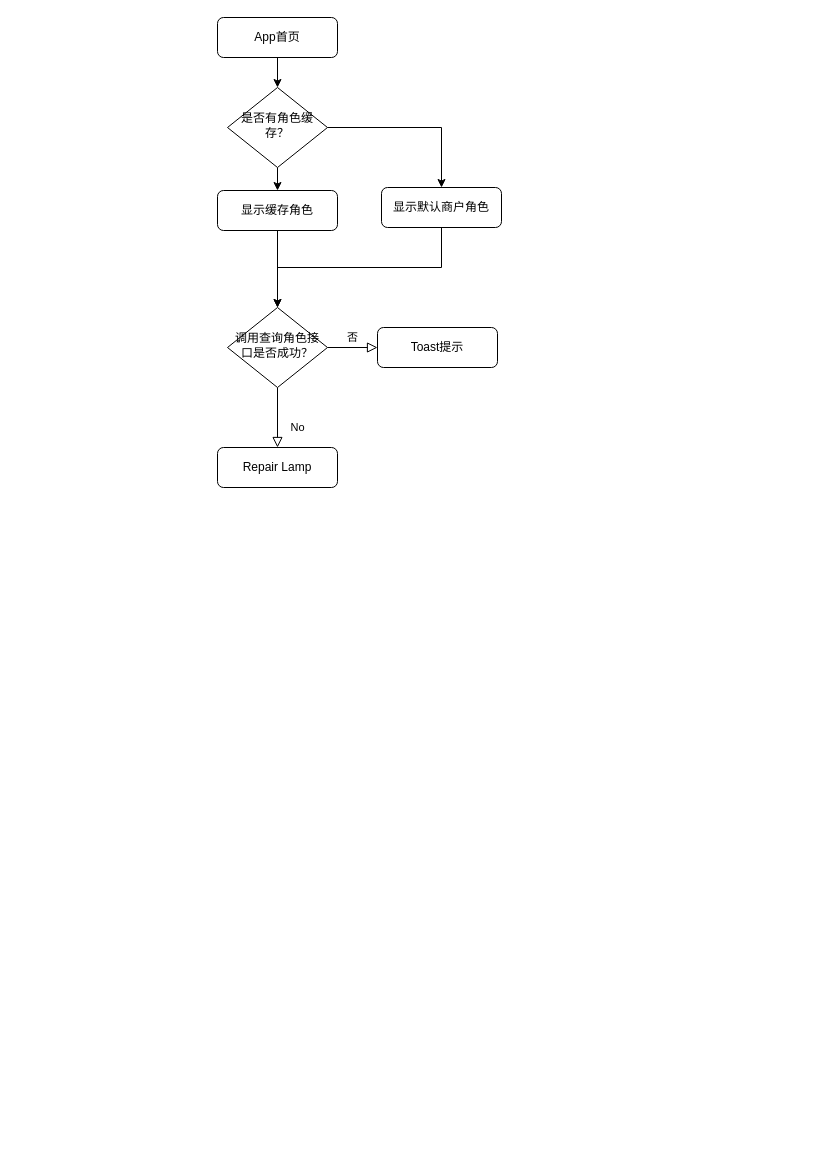
Above: Untitled Diagram.drawio in ahiwey/MyTest (draw.io), before the change. Source tidied: cells renumbered, new cells numbered last; positions are measured from the earlier drawing's top-left corner, leaving out a move shared by most shapes. Both pictures are drawn from the tidied source at 100%, with x=0, y=0 at pixel (217, 17).
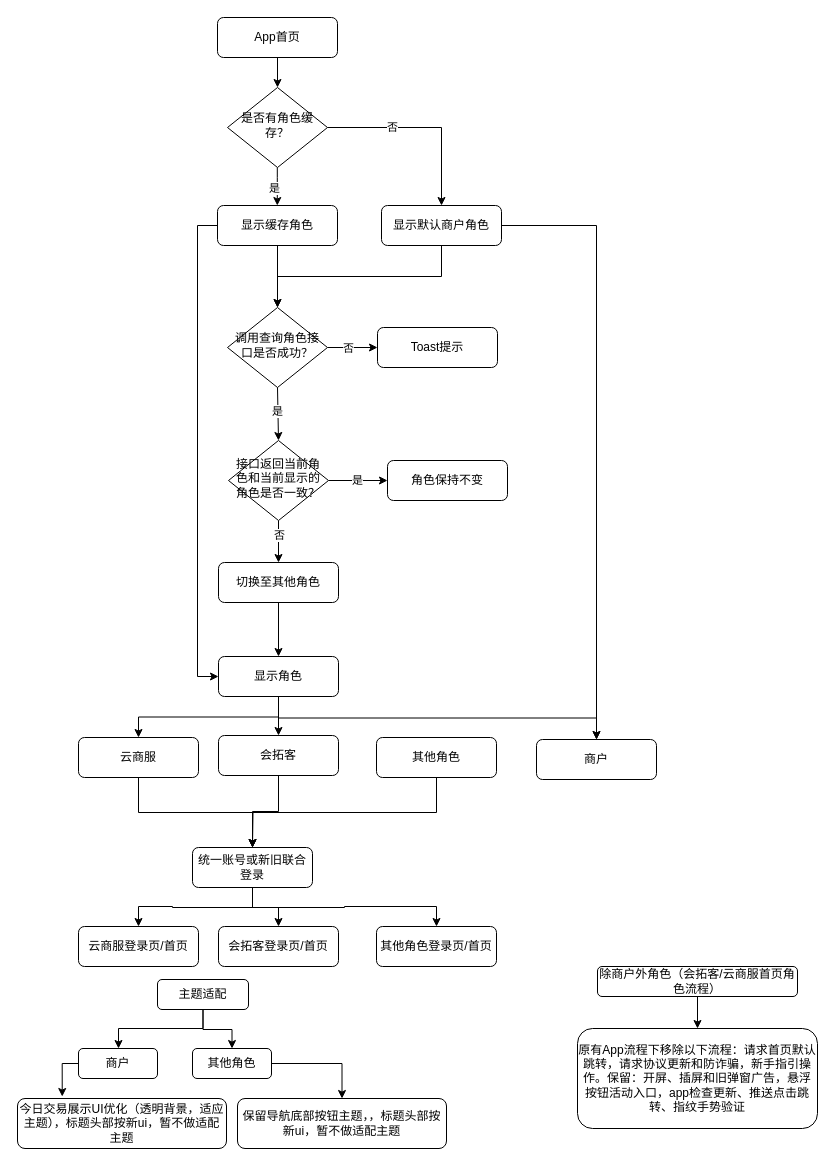
Above is the later version.

Commit message:
用户权限重构.drawio

The change refers to these unchanged cells:
```xml
<mxCell id="5" value="是否有角色缓存？" style="rhombus;whiteSpace=wrap;html=1;shadow=0;fontFamily=Helvetica;fontSize=12;align=center;strokeWidth=1;spacing=6;spacingTop=-4;" parent="1" vertex="1">
  <mxGeometry x="10" y="70" width="100" height="80" as="geometry" />
</mxCell>
<mxCell id="10" value="调用查询角色接口是否成功？" style="rhombus;whiteSpace=wrap;html=1;shadow=0;fontFamily=Helvetica;fontSize=12;align=center;strokeWidth=1;spacing=6;spacingTop=-4;" parent="1" vertex="1">
  <mxGeometry x="10" y="290" width="100" height="80" as="geometry" />
</mxCell>
<mxCell id="12" value="Toast提示" style="rounded=1;whiteSpace=wrap;html=1;fontSize=12;glass=0;strokeWidth=1;shadow=0;" parent="1" vertex="1">
  <mxGeometry x="160" y="310" width="120" height="40" as="geometry" />
</mxCell>
<mxCell id="15" style="edgeStyle=orthogonalEdgeStyle;rounded=0;jettySize=auto;html=1;exitX=1;exitY=0.5;exitDx=0;exitDy=0;entryX=0.5;entryY=0;entryDx=0;entryDy=0;" parent="1" edge="1" source="5" target="7">
  <mxGeometry relative="1" as="geometry" />
</mxCell>
```

The edit, as a diff of the source:
```diff
@@
-    <mxCell id="4" style="edgeStyle=orthogonalEdgeStyle;rounded=0;jettySize=auto;html=1;exitX=0.5;exitY=1;exitDx=0;exitDy=0;entryX=0.5;entryY=0;entryDx=0;entryDy=0;" parent="1" edge="1" source="5" target="14">
-      <mxGeometry relative="1" as="geometry" />
+    <mxCell id="4" style="edgeStyle=orthogonalEdgeStyle;rounded=0;orthogonalLoop=1;jettySize=auto;html=1;exitX=0.5;exitY=1;exitDx=0;exitDy=0;entryX=0.5;entryY=0;entryDx=0;entryDy=0;" parent="1" edge="1">
+      <mxGeometry relative="1" as="geometry">
+        <mxPoint x="59.8" y="150" as="sourcePoint" />
+        <mxPoint x="59.8" y="188" as="targetPoint" />
+        <Array as="points">
+          <mxPoint x="59.8" y="160" />
+          <mxPoint x="59.8" y="160" />
+        </Array>
+      </mxGeometry>
     </mxCell>
+    <mxCell id="16" value="是" style="edgeLabel;html=1;align=center;verticalAlign=middle;" parent="4" vertex="1">
+      <mxGeometry x="0.03" y="-3" relative="1" as="geometry" />
+    </mxCell>
@@
+    <mxCell id="17" style="edgeStyle=orthogonalEdgeStyle;rounded=0;jettySize=auto;html=1;exitX=1;exitY=0.5;exitDx=0;exitDy=0;" parent="1" edge="1" source="7" target="34">
+      <mxGeometry relative="1" as="geometry" />
+    </mxCell>
     <mxCell id="7" value="显示默认商户角色" style="rounded=1;whiteSpace=wrap;html=1;fontSize=12;glass=0;strokeWidth=1;shadow=0;" parent="1" vertex="1">
-      <mxGeometry x="164" y="170" width="120" height="40" as="geometry" />
+      <mxGeometry x="164" y="188" width="120" height="40" as="geometry" />
     </mxCell>
-    <mxCell id="8" value="No" style="rounded=0;html=1;jettySize=auto;fontSize=11;endArrow=block;endFill=0;endSize=8;strokeWidth=1;shadow=0;labelBackgroundColor=none;edgeStyle=orthogonalEdgeStyle;" parent="1" edge="1" source="10" target="11">
-      <mxGeometry x="0.33" y="20" relative="1" as="geometry" />
-    </mxCell>
-    <mxCell id="9" value="否" style="edgeStyle=orthogonalEdgeStyle;rounded=0;html=1;jettySize=auto;fontSize=11;endArrow=block;endFill=0;endSize=8;strokeWidth=1;shadow=0;labelBackgroundColor=none;" parent="1" edge="1" source="10" target="12">
-      <mxGeometry y="10" relative="1" as="geometry" />
+    <mxCell id="9" style="edgeStyle=orthogonalEdgeStyle;rounded=0;jettySize=auto;html=1;exitX=1;exitY=0.5;exitDx=0;exitDy=0;" parent="1" edge="1" source="10" target="12">
+      <mxGeometry relative="1" as="geometry" />
     </mxCell>
+    <mxCell id="18" value="否" style="edgeLabel;html=1;align=center;verticalAlign=middle;" parent="9" vertex="1">
+      <mxGeometry x="-0.19" relative="1" as="geometry" />
+    </mxCell>
@@
+    <mxCell id="19" style="edgeStyle=orthogonalEdgeStyle;rounded=0;jettySize=auto;html=1;exitX=0.5;exitY=1;exitDx=0;exitDy=0;entryX=0.5;entryY=0;entryDx=0;entryDy=0;" parent="1" edge="1" source="11" target="33">
+      <mxGeometry relative="1" as="geometry" />
+    </mxCell>
-    <mxCell id="11" value="Repair Lamp" style="rounded=1;whiteSpace=wrap;html=1;fontSize=12;glass=0;strokeWidth=1;shadow=0;" parent="1" vertex="1">
-      <mxGeometry y="430" width="120" height="40" as="geometry" />
+    <mxCell id="11" value="切换至其他角色" style="rounded=1;whiteSpace=wrap;html=1;fontSize=12;glass=0;strokeWidth=1;shadow=0;" parent="1" vertex="1">
+      <mxGeometry x="1" y="545" width="120" height="40" as="geometry" />
     </mxCell>
@@
+    <mxCell id="20" style="edgeStyle=orthogonalEdgeStyle;rounded=0;jettySize=auto;html=1;exitX=0;exitY=0.5;exitDx=0;exitDy=0;entryX=0;entryY=0.5;entryDx=0;entryDy=0;" parent="1" edge="1" source="14" target="33">
+      <mxGeometry relative="1" as="geometry" />
+    </mxCell>
     <mxCell id="14" value="显示缓存角色" style="rounded=1;whiteSpace=wrap;html=1;fontSize=12;glass=0;strokeWidth=1;shadow=0;" parent="1" vertex="1">
-      <mxGeometry y="173" width="120" height="40" as="geometry" />
+      <mxGeometry y="188" width="120" height="40" as="geometry" />
     </mxCell>
@@
+    <mxCell id="21" value="否" style="edgeLabel;html=1;align=center;verticalAlign=middle;" parent="15" vertex="1">
+      <mxGeometry x="-0.33" y="1" relative="1" as="geometry" />
+    </mxCell>
+    <mxCell id="22" style="edgeStyle=orthogonalEdgeStyle;rounded=0;jettySize=auto;html=1;exitX=0.5;exitY=1;exitDx=0;exitDy=0;" parent="1" edge="1" source="26" target="11">
+      <mxGeometry relative="1" as="geometry" />
+    </mxCell>
+    <mxCell id="23" value="否" style="edgeLabel;html=1;align=center;verticalAlign=middle;" parent="22" vertex="1">
+      <mxGeometry x="-0.31" relative="1" as="geometry" />
+    </mxCell>
+    <mxCell id="24" style="edgeStyle=orthogonalEdgeStyle;rounded=0;jettySize=auto;html=1;exitX=1;exitY=0.5;exitDx=0;exitDy=0;" parent="1" edge="1" source="26" target="29">
+      <mxGeometry relative="1" as="geometry" />
+    </mxCell>
+    <mxCell id="25" value="是" style="edgeLabel;html=1;align=center;verticalAlign=middle;" parent="24" vertex="1">
+      <mxGeometry x="-0.06" y="1" relative="1" as="geometry" />
+    </mxCell>
+    <mxCell id="26" value="接口返回当前角色和当前显示的角色是否一致？" style="rhombus;whiteSpace=wrap;html=1;shadow=0;fontFamily=Helvetica;fontSize=12;align=center;strokeWidth=1;spacing=6;spacingTop=-4;" parent="1" vertex="1">
+      <mxGeometry x="11" y="423" width="100" height="80" as="geometry" />
+    </mxCell>
+    <mxCell id="27" style="edgeStyle=orthogonalEdgeStyle;rounded=0;jettySize=auto;html=1;entryX=0.5;entryY=0;entryDx=0;entryDy=0;" parent="1" edge="1" target="26">
+      <mxGeometry relative="1" as="geometry">
+        <mxPoint x="60" y="370" as="sourcePoint" />
+      </mxGeometry>
+    </mxCell>
+    <mxCell id="28" value="是" style="edgeLabel;html=1;align=center;verticalAlign=middle;" parent="27" vertex="1">
+      <mxGeometry x="-0.15" y="-1" relative="1" as="geometry" />
+    </mxCell>
+    <mxCell id="29" value="角色保持不变" style="rounded=1;whiteSpace=wrap;html=1;fontSize=12;glass=0;strokeWidth=1;shadow=0;" parent="1" vertex="1">
+      <mxGeometry x="170" y="443" width="120" height="40" as="geometry" />
+    </mxCell>
+    <mxCell id="30" style="edgeStyle=orthogonalEdgeStyle;rounded=0;jettySize=auto;html=1;exitX=0.5;exitY=1;exitDx=0;exitDy=0;" parent="1" edge="1" source="33" target="36">
+      <mxGeometry relative="1" as="geometry" />
+    </mxCell>
+    <mxCell id="31" style="edgeStyle=orthogonalEdgeStyle;rounded=0;jettySize=auto;html=1;exitX=0.5;exitY=1;exitDx=0;exitDy=0;" parent="1" edge="1" source="33" target="38">
+      <mxGeometry relative="1" as="geometry" />
+    </mxCell>
+    <mxCell id="32" style="edgeStyle=orthogonalEdgeStyle;rounded=0;jettySize=auto;html=1;exitX=0.5;exitY=1;exitDx=0;exitDy=0;" parent="1" edge="1" source="33" target="34">
+      <mxGeometry relative="1" as="geometry" />
+    </mxCell>
+    <mxCell id="33" value="显示角色" style="rounded=1;whiteSpace=wrap;html=1;fontSize=12;glass=0;strokeWidth=1;shadow=0;" parent="1" vertex="1">
+      <mxGeometry x="1" y="639" width="120" height="40" as="geometry" />
+    </mxCell>
+    <mxCell id="34" value="商户" style="rounded=1;whiteSpace=wrap;html=1;fontSize=12;glass=0;strokeWidth=1;shadow=0;" parent="1" vertex="1">
+      <mxGeometry x="319" y="722" width="120" height="40" as="geometry" />
+    </mxCell>
+    <mxCell id="35" style="edgeStyle=orthogonalEdgeStyle;rounded=0;jettySize=auto;html=1;exitX=0.5;exitY=1;exitDx=0;exitDy=0;" parent="1" edge="1" source="36">
+      <mxGeometry relative="1" as="geometry">
+        <mxPoint x="35" y="830" as="targetPoint" />
+      </mxGeometry>
+    </mxCell>
+    <mxCell id="36" value="云商服" style="rounded=1;whiteSpace=wrap;html=1;fontSize=12;glass=0;strokeWidth=1;shadow=0;" parent="1" vertex="1">
+      <mxGeometry x="-139" y="720" width="120" height="40" as="geometry" />
+    </mxCell>
+    <mxCell id="37" style="edgeStyle=orthogonalEdgeStyle;rounded=0;jettySize=auto;html=1;exitX=0.5;exitY=1;exitDx=0;exitDy=0;entryX=0.5;entryY=0;entryDx=0;entryDy=0;" parent="1" edge="1" source="38" target="42">
+      <mxGeometry relative="1" as="geometry" />
+    </mxCell>
+    <mxCell id="38" value="会拓客" style="rounded=1;whiteSpace=wrap;html=1;fontSize=12;glass=0;strokeWidth=1;shadow=0;" parent="1" vertex="1">
+      <mxGeometry x="1" y="718" width="120" height="40" as="geometry" />
+    </mxCell>
+    <mxCell id="39" style="edgeStyle=orthogonalEdgeStyle;rounded=0;jettySize=auto;html=1;exitX=0.5;exitY=1;exitDx=0;exitDy=0;" parent="1" edge="1" source="42" target="46">
+      <mxGeometry relative="1" as="geometry" />
+    </mxCell>
+    <mxCell id="40" style="edgeStyle=orthogonalEdgeStyle;rounded=0;jettySize=auto;html=1;exitX=0.5;exitY=1;exitDx=0;exitDy=0;" parent="1" edge="1" source="42" target="47">
+      <mxGeometry relative="1" as="geometry" />
+    </mxCell>
+    <mxCell id="41" style="edgeStyle=orthogonalEdgeStyle;rounded=0;jettySize=auto;html=1;exitX=0.5;exitY=1;exitDx=0;exitDy=0;" parent="1" edge="1" source="42" target="45">
+      <mxGeometry relative="1" as="geometry" />
+    </mxCell>
+    <mxCell id="42" value="统一账号或新旧联合登录" style="rounded=1;whiteSpace=wrap;html=1;fontSize=12;glass=0;strokeWidth=1;shadow=0;" parent="1" vertex="1">
+      <mxGeometry x="-25" y="830" width="120" height="40" as="geometry" />
+    </mxCell>
+    <mxCell id="43" style="edgeStyle=orthogonalEdgeStyle;rounded=0;jettySize=auto;html=1;exitX=0.5;exitY=1;exitDx=0;exitDy=0;" parent="1" edge="1" source="44" target="42">
+      <mxGeometry relative="1" as="geometry" />
+    </mxCell>
+    <mxCell id="44" value="其他角色" style="rounded=1;whiteSpace=wrap;html=1;fontSize=12;glass=0;strokeWidth=1;shadow=0;" parent="1" vertex="1">
+      <mxGeometry x="159" y="720" width="120" height="40" as="geometry" />
+    </mxCell>
+    <mxCell id="45" value="云商服登录页/首页" style="rounded=1;whiteSpace=wrap;html=1;fontSize=12;glass=0;strokeWidth=1;shadow=0;" parent="1" vertex="1">
+      <mxGeometry x="-139" y="909" width="120" height="40" as="geometry" />
+    </mxCell>
+    <mxCell id="46" value="会拓客登录页/首页" style="rounded=1;whiteSpace=wrap;html=1;fontSize=12;glass=0;strokeWidth=1;shadow=0;" parent="1" vertex="1">
+      <mxGeometry x="1" y="909" width="120" height="40" as="geometry" />
+    </mxCell>
+    <mxCell id="47" value="其他角色登录页/首页" style="rounded=1;whiteSpace=wrap;html=1;fontSize=12;glass=0;strokeWidth=1;shadow=0;" parent="1" vertex="1">
+      <mxGeometry x="159" y="909" width="120" height="40" as="geometry" />
+    </mxCell>
+    <mxCell id="48" style="edgeStyle=orthogonalEdgeStyle;rounded=0;jettySize=auto;html=1;exitX=0.5;exitY=1;exitDx=0;exitDy=0;" parent="1" edge="1" source="50" target="51">
+      <mxGeometry relative="1" as="geometry">
+        <Array as="points">
+          <mxPoint x="-15" y="1011" />
+          <mxPoint x="-99" y="1011" />
+        </Array>
+      </mxGeometry>
+    </mxCell>
+    <mxCell id="49" style="edgeStyle=orthogonalEdgeStyle;rounded=0;jettySize=auto;html=1;exitX=0.5;exitY=1;exitDx=0;exitDy=0;" parent="1" edge="1" source="50" target="53">
+      <mxGeometry relative="1" as="geometry" />
+    </mxCell>
+    <mxCell id="50" value="主题适配" style="rounded=1;whiteSpace=wrap;html=1;fontSize=12;glass=0;strokeWidth=1;shadow=0;" parent="1" vertex="1">
+      <mxGeometry x="-60" y="962" width="91" height="30" as="geometry" />
+    </mxCell>
+    <mxCell id="51" value="商户" style="rounded=1;whiteSpace=wrap;html=1;fontSize=12;glass=0;strokeWidth=1;shadow=0;" parent="1" vertex="1">
+      <mxGeometry x="-139" y="1031" width="79" height="30" as="geometry" />
+    </mxCell>
+    <mxCell id="52" style="edgeStyle=orthogonalEdgeStyle;rounded=0;jettySize=auto;html=1;exitX=1;exitY=0.5;exitDx=0;exitDy=0;" parent="1" edge="1" source="53" target="55">
+      <mxGeometry relative="1" as="geometry" />
+    </mxCell>
+    <mxCell id="53" value="其他角色" style="rounded=1;whiteSpace=wrap;html=1;fontSize=12;glass=0;strokeWidth=1;shadow=0;" parent="1" vertex="1">
+      <mxGeometry x="-25" y="1031" width="79" height="30" as="geometry" />
+    </mxCell>
+    <mxCell id="54" value="今日交易展示UI优化（透明背景，适应主题），标题头部按新ui，暂不做适配主题" style="rounded=1;whiteSpace=wrap;html=1;fontSize=12;glass=0;strokeWidth=1;shadow=0;" parent="1" vertex="1">
+      <mxGeometry x="-200" y="1081" width="209" height="50" as="geometry" />
+    </mxCell>
+    <mxCell id="55" value="保留导航底部按钮主题，，标题头部按新ui，暂不做适配主题" style="rounded=1;whiteSpace=wrap;html=1;fontSize=12;glass=0;strokeWidth=1;shadow=0;" parent="1" vertex="1">
+      <mxGeometry x="20" y="1081" width="209" height="50" as="geometry" />
+    </mxCell>
+    <mxCell id="56" style="edgeStyle=orthogonalEdgeStyle;rounded=0;jettySize=auto;html=1;exitX=0;exitY=0.5;exitDx=0;exitDy=0;entryX=0.214;entryY=-0.04;entryDx=0;entryDy=0;entryPerimeter=0;" parent="1" edge="1" source="51" target="54">
+      <mxGeometry relative="1" as="geometry" />
+    </mxCell>
+    <mxCell id="57" style="edgeStyle=orthogonalEdgeStyle;rounded=0;jettySize=auto;html=1;exitX=0.5;exitY=1;exitDx=0;exitDy=0;" parent="1" edge="1" source="58" target="59">
+      <mxGeometry relative="1" as="geometry" />
+    </mxCell>
+    <mxCell id="58" value="除商户外角色（会拓客/云商服首页角色流程）" style="rounded=1;whiteSpace=wrap;html=1;fontSize=12;glass=0;strokeWidth=1;shadow=0;" parent="1" vertex="1">
+      <mxGeometry x="380" y="949" width="200" height="30" as="geometry" />
+    </mxCell>
+    <mxCell id="59" value="原有App流程下移除以下流程：请求首页默认跳转，请求协议更新和防诈骗，新手指引操作。保留：开屏、插屏和旧弹窗广告，悬浮按钮活动入口，app检查更新、推送点击跳转、指纹手势验证" style="rounded=1;whiteSpace=wrap;html=1;fontSize=12;glass=0;strokeWidth=1;shadow=0;" parent="1" vertex="1">
+      <mxGeometry x="360" y="1011" width="240" height="100" as="geometry" />
+    </mxCell>
```
